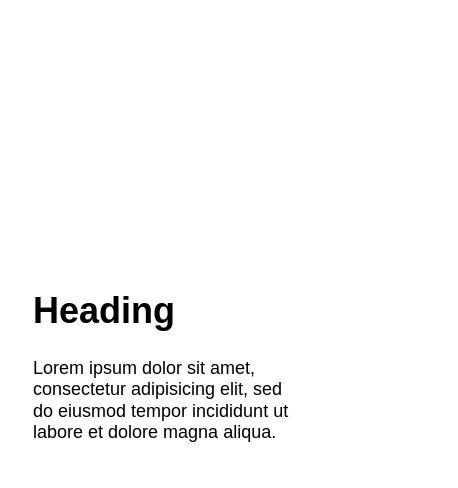
Above: Untitled Diagram.drawio in guoguodudu/- (draw.io), before the change. Source tidied: cells renumbered, new cells numbered last; positions are measured from the earlier drawing's top-left corner, leaving out a move shared by most shapes. Both pictures are drawn from the tidied source at 150%, with x=0, y=0 at pixel (26, 280).
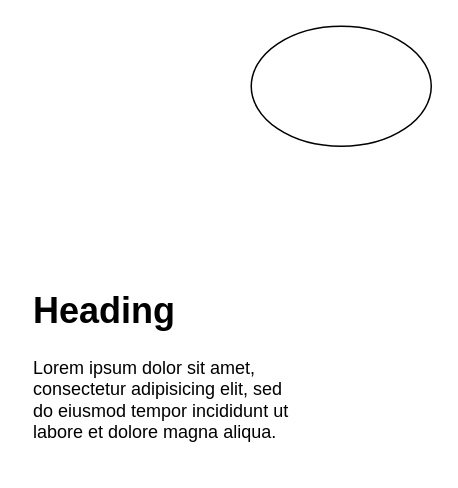
The same page after the edit.

What changed in the source:
```diff
@@
 <mxGraphModel>
   <root>
     <mxCell id="0" />
     <mxCell id="1" parent="0" />
     <mxCell id="2" value="&lt;h1&gt;Heading&lt;/h1&gt;&lt;p&gt;Lorem ipsum dolor sit amet, consectetur adipisicing elit, sed do eiusmod tempor incididunt ut labore et dolore magna aliqua.&lt;/p&gt;" style="text;html=1;strokeColor=none;fillColor=none;spacing=5;spacingTop=-20;whiteSpace=wrap;overflow=hidden;rounded=0;" parent="1" vertex="1">
       <mxGeometry width="190" height="120" as="geometry" />
     </mxCell>
+    <mxCell id="3" style="ellipse;whiteSpace=wrap;html=1;" parent="1" vertex="1">
+      <mxGeometry x="150" y="-170" width="120" height="80" as="geometry" />
+    </mxCell>
   </root>
 </mxGraphModel>
```
